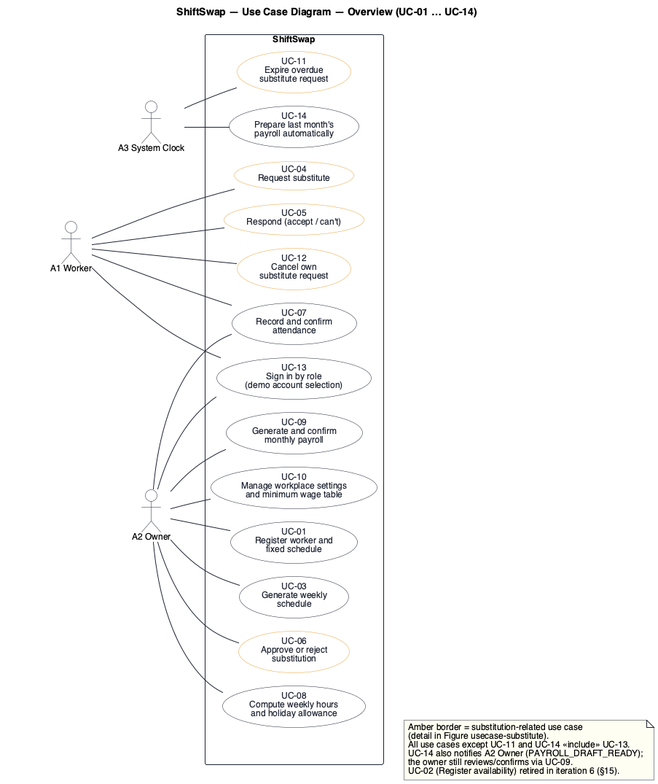
keemlogan/shiftswap keeps this PlantUML diagram as uml/usecase.png. Above is the earlier version.
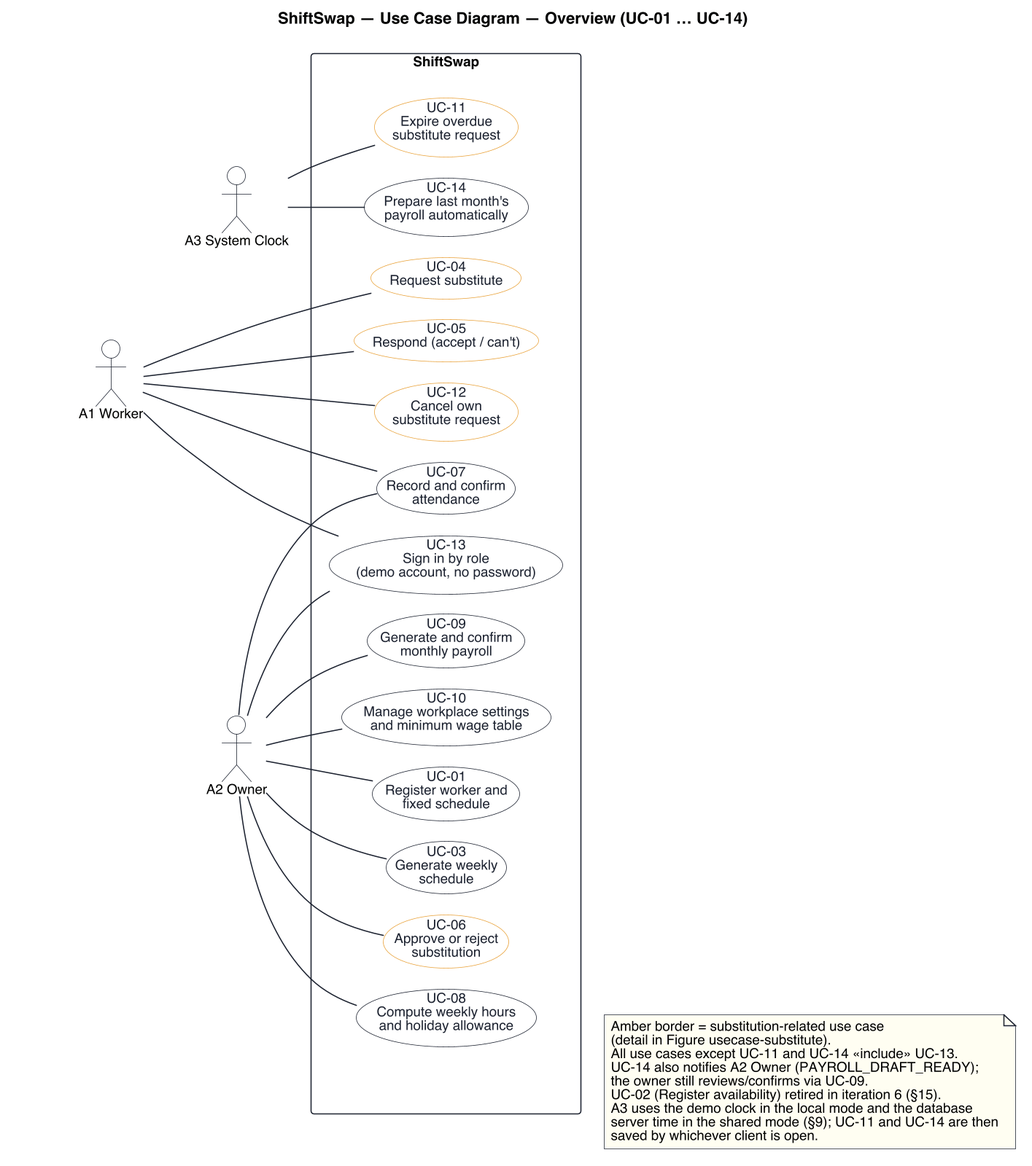
The same diagram one commit later.

Change to the diagram source:
```diff
@@ -1,4 +1,5 @@
 @startuml usecase
+skinparamlocked dpi 150
 !pragma layout smetana
 skinparam defaultFontName "Helvetica"
 skinparam defaultFontSize 12
@@ -47,7 +48,7 @@
   usecase "UC-12\nCancel own\nsubstitute request" as UC12 <<amber>>
 
   usecase "UC-07\nRecord and confirm\nattendance" as UC07
-  usecase "UC-13\nSign in by role\n(demo account selection)" as UC13
+  usecase "UC-13\nSign in by role\n(demo account, no password)" as UC13
 
   usecase "UC-01\nRegister worker and\nfixed schedule" as UC01
   usecase "UC-03\nGenerate weekly\nschedule" as UC03
@@ -88,6 +89,9 @@
   UC-14 also notifies A2 Owner (PAYROLL_DRAFT_READY);
   the owner still reviews/confirms via UC-09.
   UC-02 (Register availability) retired in iteration 6 (§15).
+  A3 uses the demo clock in the local mode and the database
+  server time in the shared mode (§9); UC-11 and UC-14 are then
+  saved by whichever client is open.
 end note
 
 Boundary -[hidden]d-> N1
```
